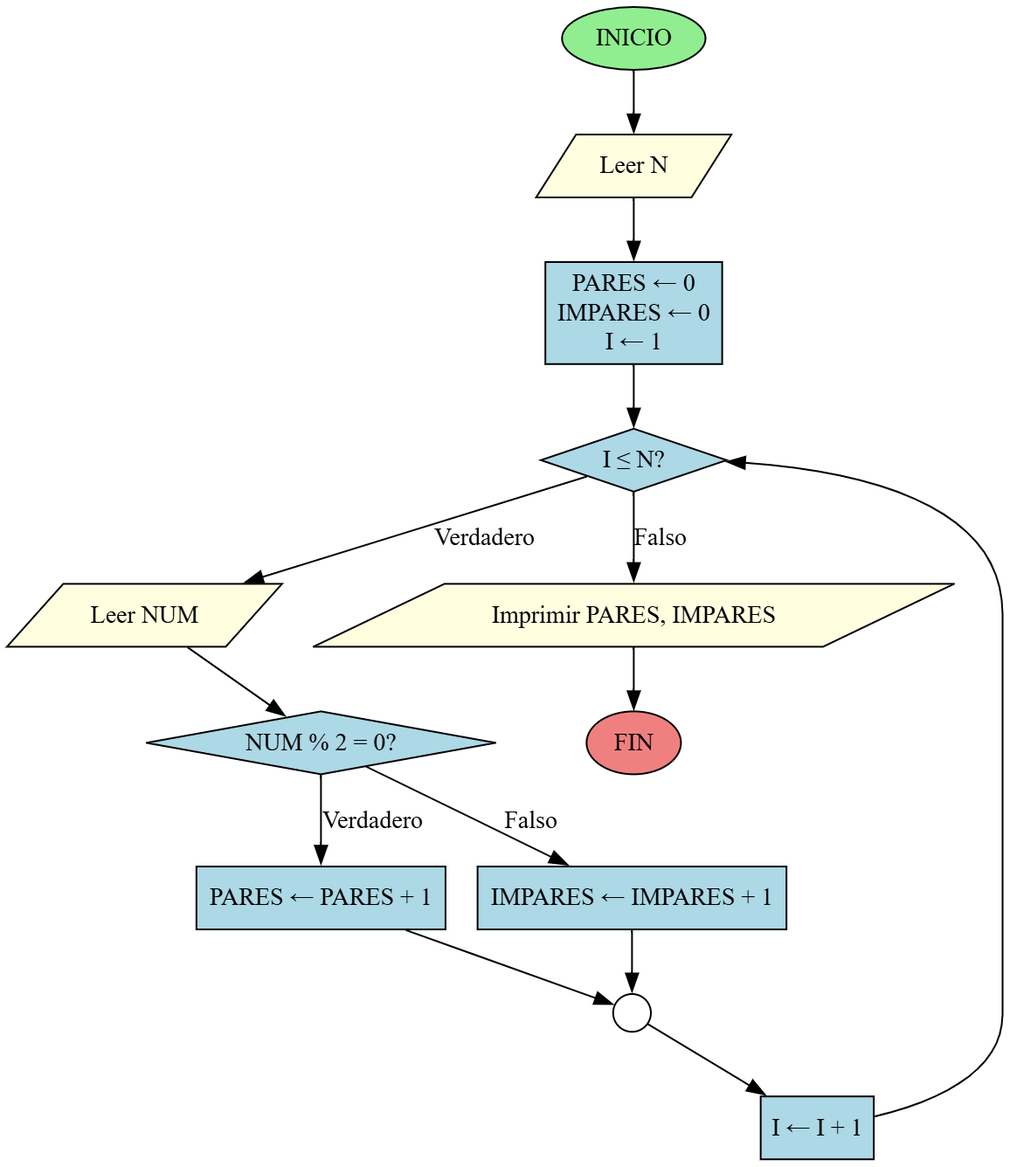
The Graphviz diagram images/problema_ps_3_3.png in D1egoXD/JAVA-TICS, before a commit. Its source is kept beside it as diagramas/problema_ps_3_3.dot.
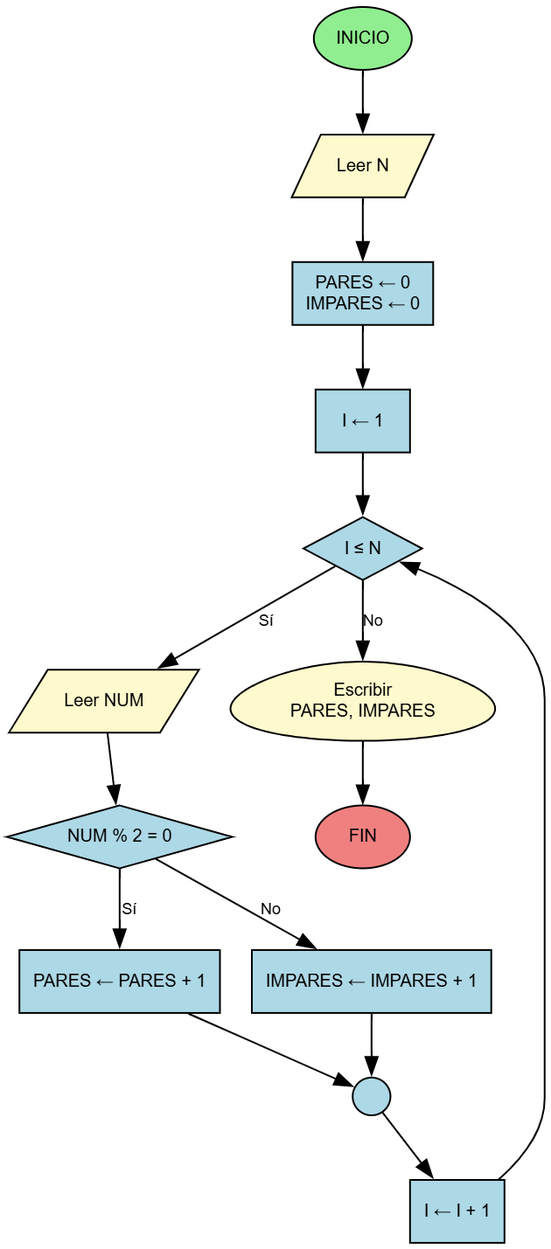
Later version of the same file.

Commit message:
Actualizar PS 3.3 - Contador de pares e impares

Diff of the diagram source:
```diff
@@ -1,31 +1,34 @@
-digraph ProblemaPS33 {
+digraph ContadorParesImpares {
     rankdir=TB;
-    node [shape=box, style=rounded];
+    node [shape=box, style=filled, fontname="Arial", fontsize=10];
+    edge [fontname="Arial", fontsize=9];
 
-    inicio [label="INICIO", shape=ellipse, style=filled, fillcolor=lightgreen];
-    leerN [label="Leer N", shape=parallelogram, style=filled, fillcolor=lightyellow];
-    init [label="PARES ← 0\nIMPARES ← 0\nI ← 1", style=filled, fillcolor=lightblue];
-    decision1 [label="I ≤ N?", shape=diamond, style=filled, fillcolor=lightblue];
-    leerNum [label="Leer NUM", shape=parallelogram, style=filled, fillcolor=lightyellow];
-    decision2 [label="NUM % 2 = 0?", shape=diamond, style=filled, fillcolor=lightblue];
-    incrementaPares [label="PARES ← PARES + 1", style=filled, fillcolor=lightblue];
-    incrementaImpares [label="IMPARES ← IMPARES + 1", style=filled, fillcolor=lightblue];
-    conector [label="", shape=circle, width=0.3, style=filled, fillcolor=white];
-    incrementaI [label="I ← I + 1", style=filled, fillcolor=lightblue];
-    imprimir [label="Imprimir PARES, IMPARES", shape=parallelogram, style=filled, fillcolor=lightyellow];
-    fin [label="FIN", shape=ellipse, style=filled, fillcolor=lightcoral];
+    inicio [label="INICIO", shape=oval, fillcolor="#90EE90", color=black, fontcolor=black];
+    leerN [label="Leer N", shape=parallelogram, fillcolor="#FFFACD", color=black, fontcolor=black];
+    init [label="PARES ← 0\nIMPARES ← 0", shape=box, fillcolor="#ADD8E6", color=black, fontcolor=black];
+    initI [label="I ← 1", shape=box, fillcolor="#ADD8E6", color=black, fontcolor=black];
+    decision1 [label="I ≤ N", shape=diamond, fillcolor="#ADD8E6", color=black, fontcolor=black];
+    leerNum [label="Leer NUM", shape=parallelogram, fillcolor="#FFFACD", color=black, fontcolor=black];
+    decision2 [label="NUM % 2 = 0", shape=diamond, fillcolor="#ADD8E6", color=black, fontcolor=black];
+    incrementaPares [label="PARES ← PARES + 1", shape=box, fillcolor="#ADD8E6", color=black, fontcolor=black];
+    incrementaImpares [label="IMPARES ← IMPARES + 1", shape=box, fillcolor="#ADD8E6", color=black, fontcolor=black];
+    conector [label="", shape=circle, width=0.3, height=0.3, fillcolor="#ADD8E6", color=black];
+    incrementaI [label="I ← I + 1", shape=box, fillcolor="#ADD8E6", color=black, fontcolor=black];
+    escribir [label="Escribir\nPARES, IMPARES", shape=egg, fillcolor="#FFFACD", color=black, fontcolor=black];
+    fin [label="FIN", shape=oval, fillcolor="#F08080", color=black, fontcolor=black];
 
     inicio -> leerN;
     leerN -> init;
-    init -> decision1;
-    decision1 -> leerNum [label="Verdadero"];
-    decision1 -> imprimir [label="Falso"];
+    init -> initI;
+    initI -> decision1;
+    decision1 -> leerNum [label="Sí"];
+    decision1 -> escribir [label="No"];
     leerNum -> decision2;
-    decision2 -> incrementaPares [label="Verdadero"];
-    decision2 -> incrementaImpares [label="Falso"];
+    decision2 -> incrementaPares [label="Sí"];
+    decision2 -> incrementaImpares [label="No"];
     incrementaPares -> conector;
     incrementaImpares -> conector;
     conector -> incrementaI;
     incrementaI -> decision1;
-    imprimir -> fin;
+    escribir -> fin;
 }
```
